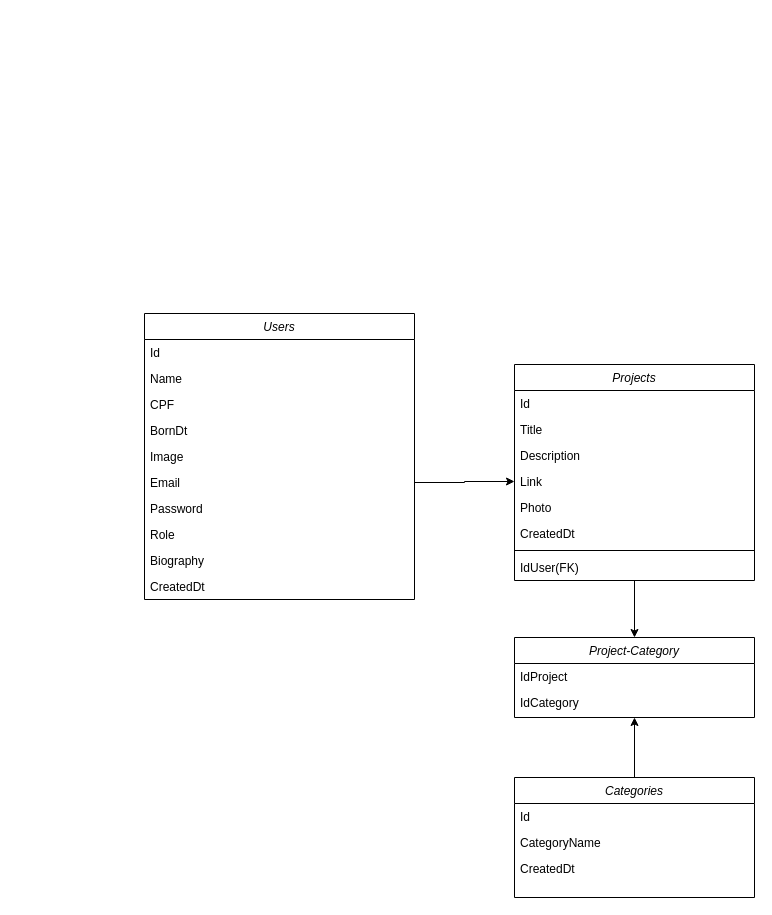
Before: Mind.Documentation/Mind.drawio in Gabriel-Leandr0/Mind, a draw.io diagram. Source tidied: cells renumbered, new cells numbered last; positions are measured from the earlier drawing's top-left corner, leaving out a move shared by most shapes. Both pictures are drawn from the tidied source at 100%, with x=0, y=0 at pixel (144, 313).
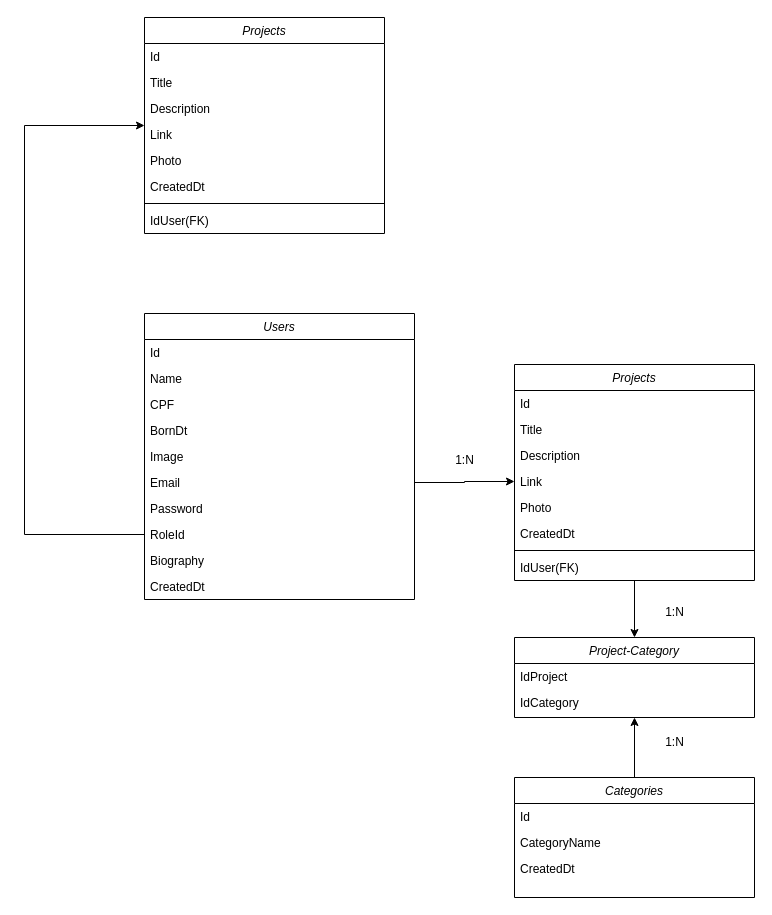
After the change.

Unchanged cells that the change refers to:
```xml
<mxCell id="2" value="Users" style="swimlane;fontStyle=2;align=center;verticalAlign=top;horizontal=1;startSize=26;rounded=0;shadow=0;strokeWidth=1;" parent="1" vertex="1">
  <mxGeometry width="270" height="286" as="geometry" />
</mxCell>
```

Change to the diagram source:
```diff
@@
-    <mxCell id="10" value="Role" style="text;align=left;verticalAlign=top;spacingLeft=4;spacingRight=4;overflow=hidden;points=[[0,0.5],[1,0.5]];portConstraint=eastwest;rounded=0;shadow=0;html=0;" parent="2" vertex="1">
+    <mxCell id="10" value="RoleId" style="text;align=left;verticalAlign=top;spacingLeft=4;spacingRight=4;overflow=hidden;points=[[0,0.5],[1,0.5]];portConstraint=eastwest;rounded=0;shadow=0;html=0;" parent="2" vertex="1">
       <mxGeometry y="208" width="270" height="26" as="geometry" />
     </mxCell>
@@
+    <mxCell id="32" value="1:N" style="text;html=1;align=center;verticalAlign=middle;strokeColor=none;fillColor=none;" parent="1" vertex="1">
+      <mxGeometry x="300" y="132" width="40" height="30" as="geometry" />
+    </mxCell>
+    <mxCell id="33" value="1:N" style="text;html=1;align=center;verticalAlign=middle;strokeColor=none;fillColor=none;" parent="1" vertex="1">
+      <mxGeometry x="510" y="284" width="40" height="30" as="geometry" />
+    </mxCell>
+    <mxCell id="34" value="1:N" style="text;html=1;align=center;verticalAlign=middle;strokeColor=none;fillColor=none;" parent="1" vertex="1">
+      <mxGeometry x="510" y="414" width="40" height="30" as="geometry" />
+    </mxCell>
+    <mxCell id="35" value="Projects" style="swimlane;fontStyle=2;align=center;verticalAlign=top;horizontal=1;startSize=26;rounded=0;shadow=0;strokeWidth=1;" parent="1" vertex="1">
+      <mxGeometry y="-296" width="240" height="216" as="geometry" />
+    </mxCell>
+    <mxCell id="36" value="Id" style="text;align=left;verticalAlign=top;spacingLeft=4;spacingRight=4;overflow=hidden;" parent="35" vertex="1">
+      <mxGeometry y="26" width="240" height="26" as="geometry" />
+    </mxCell>
+    <mxCell id="37" value="Title" style="text;align=left;verticalAlign=top;spacingLeft=4;spacingRight=4;overflow=hidden;rounded=0;shadow=0;html=0;" parent="35" vertex="1">
+      <mxGeometry y="52" width="240" height="26" as="geometry" />
+    </mxCell>
+    <mxCell id="38" value="Description" style="text;align=left;verticalAlign=top;spacingLeft=4;spacingRight=4;overflow=hidden;rounded=0;shadow=0;html=0;" parent="35" vertex="1">
+      <mxGeometry y="78" width="240" height="26" as="geometry" />
+    </mxCell>
+    <mxCell id="39" value="Link" style="text;align=left;verticalAlign=top;spacingLeft=4;spacingRight=4;overflow=hidden;rounded=0;shadow=0;html=0;" parent="35" vertex="1">
+      <mxGeometry y="104" width="240" height="26" as="geometry" />
+    </mxCell>
+    <mxCell id="40" value="Photo&#10;" style="text;align=left;verticalAlign=top;spacingLeft=4;spacingRight=4;overflow=hidden;" parent="35" vertex="1">
+      <mxGeometry y="130" width="240" height="26" as="geometry" />
+    </mxCell>
+    <mxCell id="41" value="CreatedDt" style="text;align=left;verticalAlign=top;spacingLeft=4;spacingRight=4;overflow=hidden;rounded=0;shadow=0;html=0;" parent="35" vertex="1">
+      <mxGeometry y="156" width="240" height="26" as="geometry" />
+    </mxCell>
+    <mxCell id="42" style="line;html=1;strokeWidth=1;align=left;verticalAlign=middle;spacingTop=-1;spacingLeft=3;spacingRight=3;labelPosition=right;" parent="35" vertex="1">
+      <mxGeometry y="182" width="240" height="8" as="geometry" />
+    </mxCell>
+    <mxCell id="43" value="IdUser(FK)" style="text;align=left;verticalAlign=top;spacingLeft=4;spacingRight=4;overflow=hidden;" parent="35" vertex="1">
+      <mxGeometry y="190" width="240" height="26" as="geometry" />
+    </mxCell>
+    <mxCell id="44" style="edgeStyle=orthogonalEdgeStyle;rounded=0;jettySize=auto;html=1;entryX=0;entryY=0.5;entryDx=0;entryDy=0;" parent="1" edge="1" source="10" target="35">
+      <mxGeometry relative="1" as="geometry">
+        <Array as="points">
+          <mxPoint x="-120" y="221" />
+          <mxPoint x="-120" y="-188" />
+        </Array>
+      </mxGeometry>
+    </mxCell>
```
